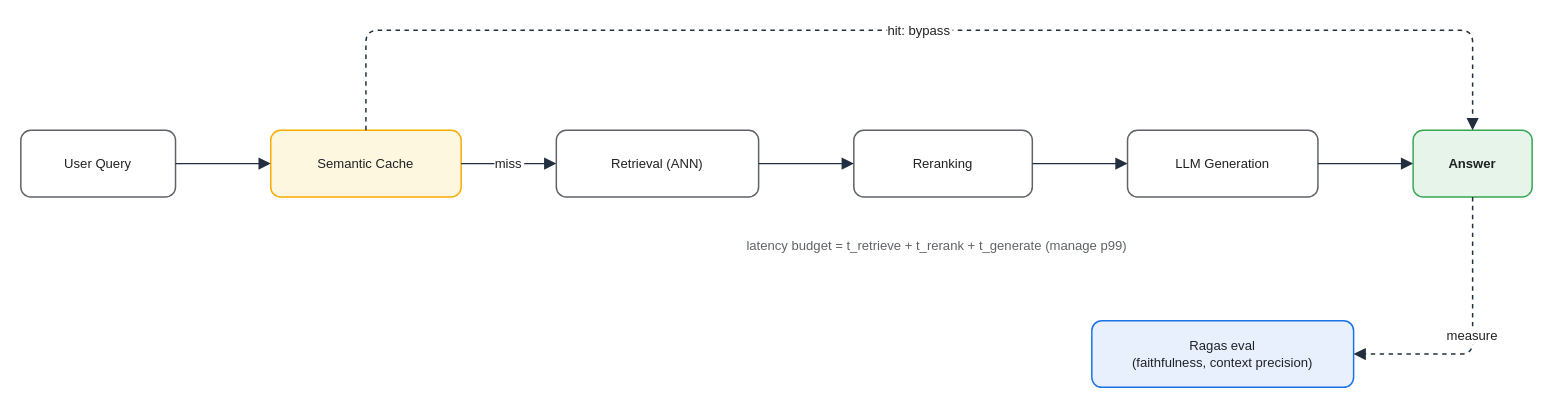
Earlier version of the draw.io diagram assets/img/ai/rag-06-latency-eval.drawio (KKamJi98/kkamji98.github.io). Source tidied: cells renumbered, new cells numbered last; positions are measured from the earlier drawing's top-left corner, leaving out a move shared by most shapes. Both pictures are drawn from the tidied source at 119%, with x=0, y=0 at pixel (20, 30).
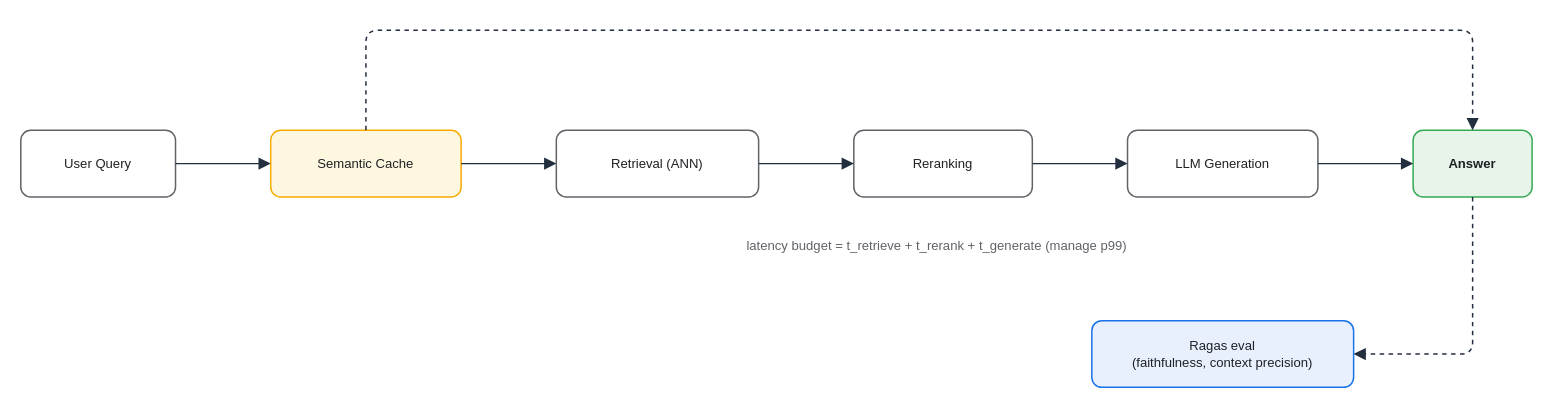
After the change.

Diff of the diagram source:
```diff
@@
 <mxGraphModel background="#FFFFFF">
   <root>
     <mxCell id="0" />
     <mxCell id="1" parent="0" />
     <mxCell id="2" value="User Query" style="rounded=1;whiteSpace=wrap;html=0;fillColor=#FFFFFF;strokeColor=#5F6368;shadow=0;fontSize=11;fontColor=#202124;strokeWidth=1.25;" parent="1" vertex="1">
       <mxGeometry y="84" width="130" height="56" as="geometry" />
     </mxCell>
     <mxCell id="3" value="Semantic Cache" style="rounded=1;whiteSpace=wrap;html=0;fillColor=#FEF7E0;strokeColor=#F9AB00;shadow=0;fontSize=11;fontColor=#202124;strokeWidth=1.25;" parent="1" vertex="1">
       <mxGeometry x="210" y="84" width="160" height="56" as="geometry" />
     </mxCell>
     <mxCell id="4" value="Retrieval (ANN)" style="rounded=1;whiteSpace=wrap;html=0;fillColor=#FFFFFF;strokeColor=#5F6368;shadow=0;fontSize=11;fontColor=#202124;strokeWidth=1.25;" parent="1" vertex="1">
       <mxGeometry x="450" y="84" width="170" height="56" as="geometry" />
     </mxCell>
     <mxCell id="5" value="Reranking" style="rounded=1;whiteSpace=wrap;html=0;fillColor=#FFFFFF;strokeColor=#5F6368;shadow=0;fontSize=11;fontColor=#202124;strokeWidth=1.25;" parent="1" vertex="1">
       <mxGeometry x="700" y="84" width="150" height="56" as="geometry" />
     </mxCell>
     <mxCell id="6" value="LLM Generation" style="rounded=1;whiteSpace=wrap;html=0;fillColor=#FFFFFF;strokeColor=#5F6368;shadow=0;fontSize=11;fontColor=#202124;strokeWidth=1.25;" parent="1" vertex="1">
       <mxGeometry x="930" y="84" width="160" height="56" as="geometry" />
     </mxCell>
     <mxCell id="7" value="Answer" style="rounded=1;whiteSpace=wrap;html=0;fillColor=#E6F4EA;strokeColor=#34A853;shadow=0;fontSize=11;fontColor=#202124;fontStyle=1;strokeWidth=1.25;" parent="1" vertex="1">
       <mxGeometry x="1170" y="84" width="100" height="56" as="geometry" />
     </mxCell>
     <mxCell id="8" value="Ragas eval&#10;(faithfulness, context precision)" style="rounded=1;whiteSpace=wrap;html=0;fillColor=#E8F0FE;strokeColor=#1A73E8;shadow=0;fontSize=11;fontColor=#202124;strokeWidth=1.25;" parent="1" vertex="1">
       <mxGeometry x="900" y="244" width="220" height="56" as="geometry" />
     </mxCell>
     <mxCell id="9" value="latency budget = t_retrieve + t_rerank + t_generate  (manage p99)" style="text;html=0;align=center;fontSize=11;fontColor=#5F6368;" parent="1" vertex="1">
       <mxGeometry x="450" y="168" width="640" height="24" as="geometry" />
     </mxCell>
     <mxCell id="10" style="edgeStyle=orthogonalEdgeStyle;rounded=1;html=0;endArrow=block;strokeColor=#232F3E;strokeWidth=1.25;fontColor=#202124;endSize=7;" parent="1" edge="1" source="2" target="3">
       <mxGeometry relative="1" as="geometry" />
     </mxCell>
-    <mxCell id="11" value="miss" style="edgeStyle=orthogonalEdgeStyle;rounded=1;html=0;endArrow=block;strokeColor=#232F3E;strokeWidth=1.25;fontColor=#202124;fontSize=11;labelBackgroundColor=#FFFFFF;endSize=7;" parent="1" edge="1" source="3" target="4">
+    <mxCell id="11" style="edgeStyle=orthogonalEdgeStyle;rounded=1;html=0;endArrow=block;strokeColor=#232F3E;strokeWidth=1.25;fontColor=#202124;fontSize=11;labelBackgroundColor=none;endSize=7;" parent="1" edge="1" source="3" target="4">
       <mxGeometry relative="1" as="geometry" />
     </mxCell>
     <mxCell id="12" style="edgeStyle=orthogonalEdgeStyle;rounded=1;html=0;endArrow=block;strokeColor=#232F3E;strokeWidth=1.25;fontColor=#202124;endSize=7;" parent="1" edge="1" source="4" target="5">
       <mxGeometry relative="1" as="geometry" />
     </mxCell>
     <mxCell id="13" style="edgeStyle=orthogonalEdgeStyle;rounded=1;html=0;endArrow=block;strokeColor=#232F3E;strokeWidth=1.25;fontColor=#202124;endSize=7;" parent="1" edge="1" source="5" target="6">
       <mxGeometry relative="1" as="geometry" />
     </mxCell>
     <mxCell id="14" style="edgeStyle=orthogonalEdgeStyle;rounded=1;html=0;endArrow=block;strokeColor=#232F3E;strokeWidth=1.25;fontColor=#202124;endSize=7;" parent="1" edge="1" source="6" target="7">
       <mxGeometry relative="1" as="geometry" />
     </mxCell>
-    <mxCell id="15" value="hit: bypass" style="edgeStyle=orthogonalEdgeStyle;rounded=1;html=0;endArrow=block;dashed=1;strokeColor=#232F3E;strokeWidth=1.25;fontColor=#202124;fontSize=11;labelBackgroundColor=#FFFFFF;exitX=0.5;exitY=0;exitDx=0;exitDy=0;entryX=0.5;entryY=0;entryDx=0;entryDy=0;endSize=7;" parent="1" edge="1" source="3" target="7">
+    <mxCell id="15" style="edgeStyle=orthogonalEdgeStyle;rounded=1;html=0;endArrow=block;dashed=1;strokeColor=#232F3E;strokeWidth=1.25;fontColor=#202124;fontSize=11;labelBackgroundColor=none;exitX=0.5;exitY=0;exitDx=0;exitDy=0;entryX=0.5;entryY=0;entryDx=0;entryDy=0;endSize=7;" parent="1" edge="1" source="3" target="7">
       <mxGeometry relative="1" as="geometry">
         <Array as="points">
           <mxPoint x="290" />
           <mxPoint x="1220" />
         </Array>
       </mxGeometry>
     </mxCell>
-    <mxCell id="16" value="measure" style="edgeStyle=orthogonalEdgeStyle;rounded=1;html=0;endArrow=block;dashed=1;strokeColor=#232F3E;strokeWidth=1.25;fontColor=#202124;fontSize=11;labelBackgroundColor=#FFFFFF;exitX=0.5;exitY=1;exitDx=0;exitDy=0;entryX=1;entryY=0.5;entryDx=0;entryDy=0;endSize=7;" parent="1" edge="1" source="7" target="8">
+    <mxCell id="16" style="edgeStyle=orthogonalEdgeStyle;rounded=1;html=0;endArrow=block;dashed=1;strokeColor=#232F3E;strokeWidth=1.25;fontColor=#202124;fontSize=11;labelBackgroundColor=none;exitX=0.5;exitY=1;exitDx=0;exitDy=0;entryX=1;entryY=0.5;entryDx=0;entryDy=0;endSize=7;" parent="1" edge="1" source="7" target="8">
       <mxGeometry relative="1" as="geometry">
         <Array as="points">
           <mxPoint x="1220" y="272" />
         </Array>
       </mxGeometry>
     </mxCell>
   </root>
 </mxGraphModel>
```
